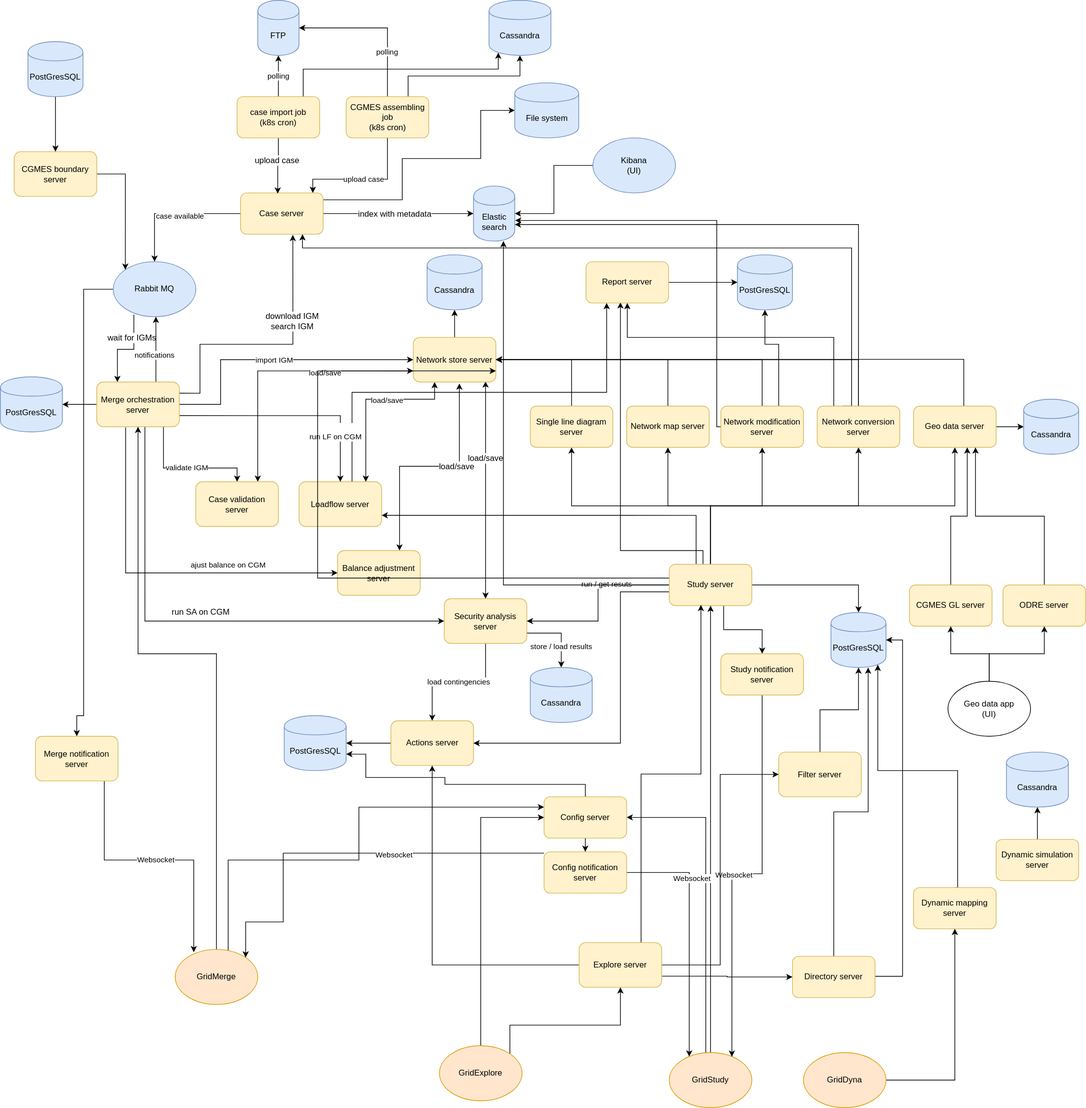
Earlier version of the draw.io export diagrams/gridsuite_architecture.svg (gridsuite/documentation). Source tidied: cells renumbered, new cells last; positions are measured from the earlier drawing's top-left corner, leaving out a move shared by most shapes.
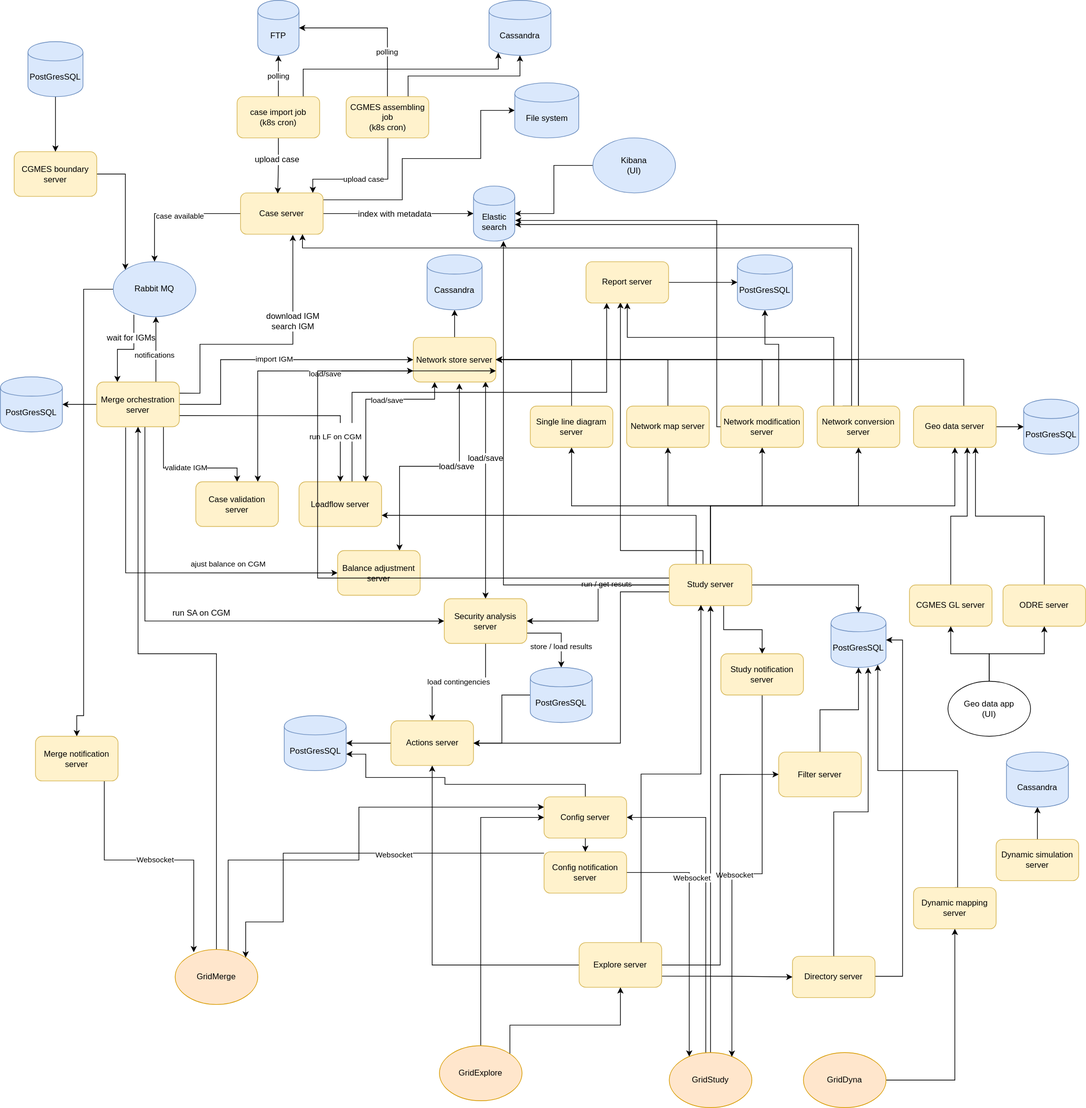
After the change.

Commit message:
update diagram, and security analysis server

Change to the diagram source:
```diff
@@ -427,7 +427,7 @@
     <mxCell id="94" value="Geo data server" style="rounded=1;whiteSpace=wrap;html=1;fillColor=#fff2cc;strokeColor=#d6b656;" parent="1" vertex="1">
       <mxGeometry x="1327" y="590" width="120" height="60" as="geometry" />
     </mxCell>
-    <mxCell id="95" value="Cassandra" style="shape=cylinder;whiteSpace=wrap;html=1;boundedLbl=1;backgroundOutline=1;fillColor=#dae8fc;strokeColor=#6c8ebf;" parent="1" vertex="1">
+    <mxCell id="95" value="PostGresSQL" style="shape=cylinder;whiteSpace=wrap;html=1;boundedLbl=1;backgroundOutline=1;fillColor=#dae8fc;strokeColor=#6c8ebf;" parent="1" vertex="1">
       <mxGeometry x="1487" y="580" width="80" height="80" as="geometry" />
     </mxCell>
     <mxCell id="96" style="edgeStyle=orthogonalEdgeStyle;rounded=0;jettySize=auto;html=1;entryX=0.65;entryY=1;entryDx=0;entryDy=0;entryPerimeter=0;" parent="1" edge="1" source="97" target="94">
@@ -493,7 +493,10 @@
     <mxCell id="111" value="GridStudy" style="ellipse;whiteSpace=wrap;html=1;fillColor=#ffe6cc;strokeColor=#d79b00;" parent="1" vertex="1">
       <mxGeometry x="972" y="1530" width="120" height="80" as="geometry" />
     </mxCell>
+    <mxCell id="152" style="edgeStyle=orthogonalEdgeStyle;rounded=0;jettySize=auto;html=1;" parent="1" edge="1" source="112" target="52">
+      <mxGeometry relative="1" as="geometry" />
+    </mxCell>
-    <mxCell id="112" value="Cassandra" style="shape=cylinder;whiteSpace=wrap;html=1;boundedLbl=1;backgroundOutline=1;fillColor=#dae8fc;strokeColor=#6c8ebf;" parent="1" vertex="1">
+    <mxCell id="112" value="PostGresSQL" style="shape=cylinder;whiteSpace=wrap;html=1;boundedLbl=1;backgroundOutline=1;fillColor=#dae8fc;strokeColor=#6c8ebf;" parent="1" vertex="1">
       <mxGeometry x="770" y="970" width="90" height="80" as="geometry" />
     </mxCell>
     <mxCell id="113" style="edgeStyle=orthogonalEdgeStyle;rounded=0;jettySize=auto;html=1;" parent="1" edge="1" source="115" target="141">
```
